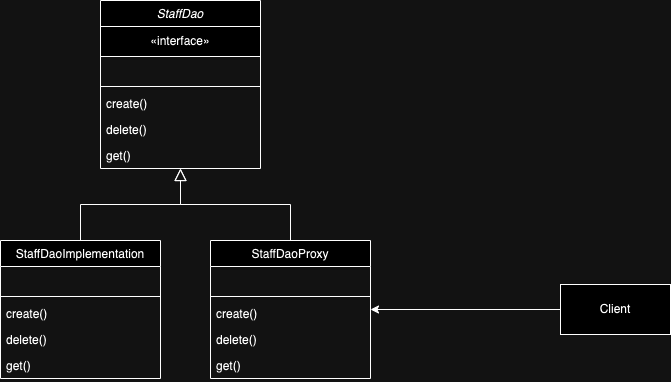
Earlier version of the draw.io export ProxyDesignPattern/Diagram/ClassDiagram.png (i-ravi/LLD-SystemDesign). Source tidied: cells renumbered, new cells last; positions are measured from the earlier drawing's top-left corner, leaving out a move shared by most shapes.
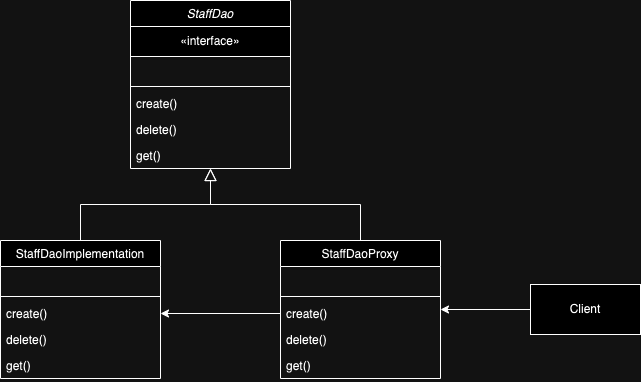
After the change.

Commit message:
Added has a relation in ProxyDesignPattern

What changed in the source:
```diff
@@ -24,7 +24,7 @@
       <mxGeometry y="142" width="160" height="26" as="geometry" />
     </mxCell>
     <mxCell id="9" value="StaffDaoImplementation" style="swimlane;fontStyle=0;align=center;verticalAlign=top;horizontal=1;startSize=26;rounded=0;shadow=0;strokeWidth=1;" parent="1" vertex="1">
-      <mxGeometry y="240" width="160" height="138" as="geometry" />
+      <mxGeometry x="-30" y="240" width="160" height="138" as="geometry" />
     </mxCell>
     <mxCell id="10" value=" " style="text;align=left;verticalAlign=top;spacingLeft=4;spacingRight=4;overflow=hidden;" parent="9" vertex="1">
       <mxGeometry y="26" width="160" height="26" as="geometry" />
@@ -44,13 +44,11 @@
     <mxCell id="15" style="endArrow=block;endSize=10;endFill=0;shadow=0;strokeWidth=1;rounded=0;curved=0;edgeStyle=elbowEdgeStyle;elbow=vertical;" parent="1" edge="1" source="9" target="2">
       <mxGeometry relative="1" as="geometry" />
     </mxCell>
-    <mxCell id="16" style="endArrow=block;endSize=10;endFill=0;shadow=0;strokeWidth=1;rounded=0;curved=0;edgeStyle=elbowEdgeStyle;elbow=vertical;" parent="1" edge="1" target="2">
-      <mxGeometry relative="1" as="geometry">
-        <mxPoint x="290" y="240" as="sourcePoint" />
-      </mxGeometry>
+    <mxCell id="16" style="endArrow=block;endSize=10;endFill=0;shadow=0;strokeWidth=1;rounded=0;curved=0;edgeStyle=elbowEdgeStyle;elbow=vertical;exitX=0.5;exitY=0;exitDx=0;exitDy=0;" parent="1" edge="1" source="17" target="2">
+      <mxGeometry relative="1" as="geometry" />
     </mxCell>
     <mxCell id="17" value="StaffDaoProxy" style="swimlane;fontStyle=0;align=center;verticalAlign=top;horizontal=1;startSize=26;rounded=0;shadow=0;strokeWidth=1;" parent="1" vertex="1">
-      <mxGeometry x="210" y="240" width="160" height="138" as="geometry" />
+      <mxGeometry x="250" y="240" width="160" height="138" as="geometry" />
     </mxCell>
     <mxCell id="18" value=" " style="text;align=left;verticalAlign=top;spacingLeft=4;spacingRight=4;overflow=hidden;" parent="17" vertex="1">
       <mxGeometry y="26" width="160" height="26" as="geometry" />
@@ -71,7 +69,10 @@
       <mxGeometry relative="1" as="geometry" />
     </mxCell>
     <mxCell id="24" value="Client" style="html=1;whiteSpace=wrap;" parent="1" vertex="1">
-      <mxGeometry x="560" y="284" width="110" height="50" as="geometry" />
+      <mxGeometry x="500" y="284" width="110" height="50" as="geometry" />
     </mxCell>
+    <mxCell id="25" style="edgeStyle=orthogonalEdgeStyle;rounded=0;jettySize=auto;html=1;entryX=1;entryY=0.5;entryDx=0;entryDy=0;" parent="1" edge="1" source="20" target="12">
+      <mxGeometry relative="1" as="geometry" />
+    </mxCell>
   </root>
 </mxGraphModel>
```
